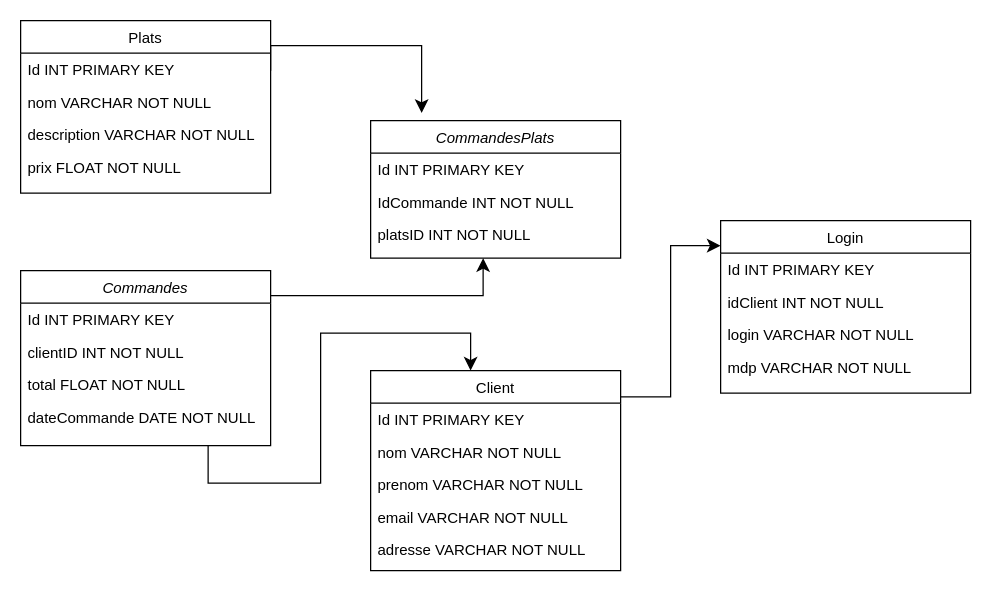
The draw.io diagram BDD.drawio in JuMANocta/2024_traiteur_mastere, before the edit. Source tidied: cells renumbered, new cells numbered last; positions are measured from the earlier drawing's top-left corner, leaving out a move shared by most shapes. Both pictures are drawn from the tidied source at 125%, with x=0, y=0 at pixel (20, 20).
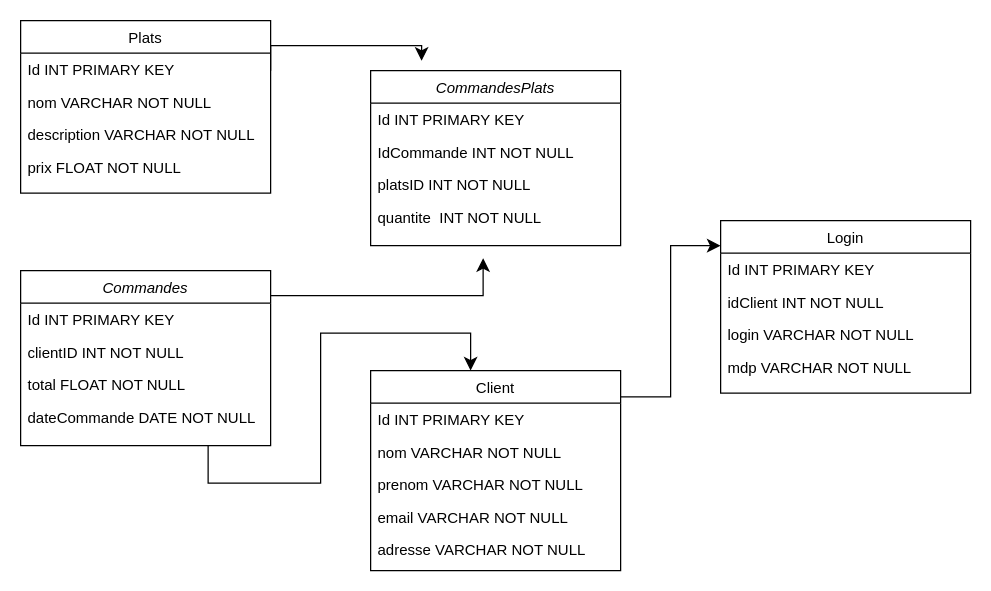
Above is the later version.

Diff of the diagram source:
```diff
@@
     <mxCell id="23" value="CommandesPlats" style="swimlane;fontStyle=2;align=center;verticalAlign=top;horizontal=1;startSize=26;rounded=0;shadow=0;strokeWidth=1;" parent="1" vertex="1">
-      <mxGeometry x="280" y="80" width="200" height="110" as="geometry" />
+      <mxGeometry x="280" y="40" width="200" height="140" as="geometry" />
     </mxCell>
@@
+    <mxCell id="31" value="quantite  INT NOT NULL" style="text;align=left;verticalAlign=top;spacingLeft=4;spacingRight=4;overflow=hidden;rounded=0;shadow=0;html=0;" parent="23" vertex="1">
+      <mxGeometry y="104" width="200" height="36" as="geometry" />
+    </mxCell>
```
